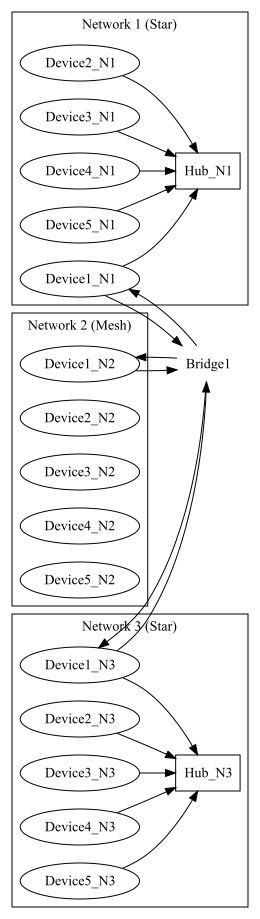
Earlier version of the Graphviz export topology.png (ByteCodeSculptor/Network_Simulation_CN). Its source is kept beside it as topology.dot.
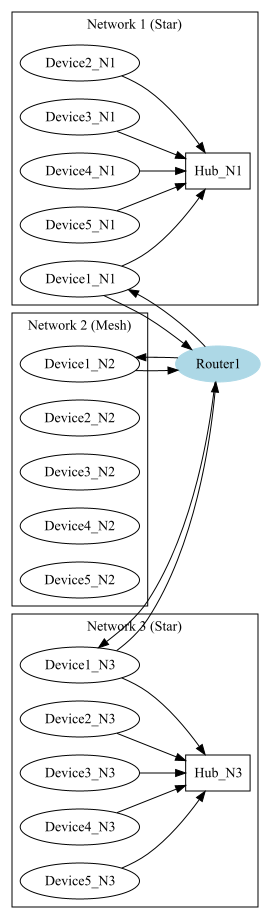
Above is the later version.

Diff of the diagram source:
```diff
@@ -36,11 +36,11 @@
     "Device4_N3" -> "Hub_N3";
     "Device5_N3" -> "Hub_N3";
   }
-  "Bridge1" [shape=box, style=filled, color=grey];
-  "Bridge1" -> "Device1_N1";
-  "Device1_N1" -> "Bridge1";
-  "Bridge1" -> "Device1_N2";
-  "Device1_N2" -> "Bridge1";
-  "Bridge1" -> "Device1_N3";
-  "Device1_N3" -> "Bridge1";
+  "Router1" [shape=ellipse, style=filled, color=lightblue];
+  "Router1" -> "Device1_N1";
+  "Device1_N1" -> "Router1";
+  "Router1" -> "Device1_N2";
+  "Device1_N2" -> "Router1";
+  "Router1" -> "Device1_N3";
+  "Device1_N3" -> "Router1";
 }
```
